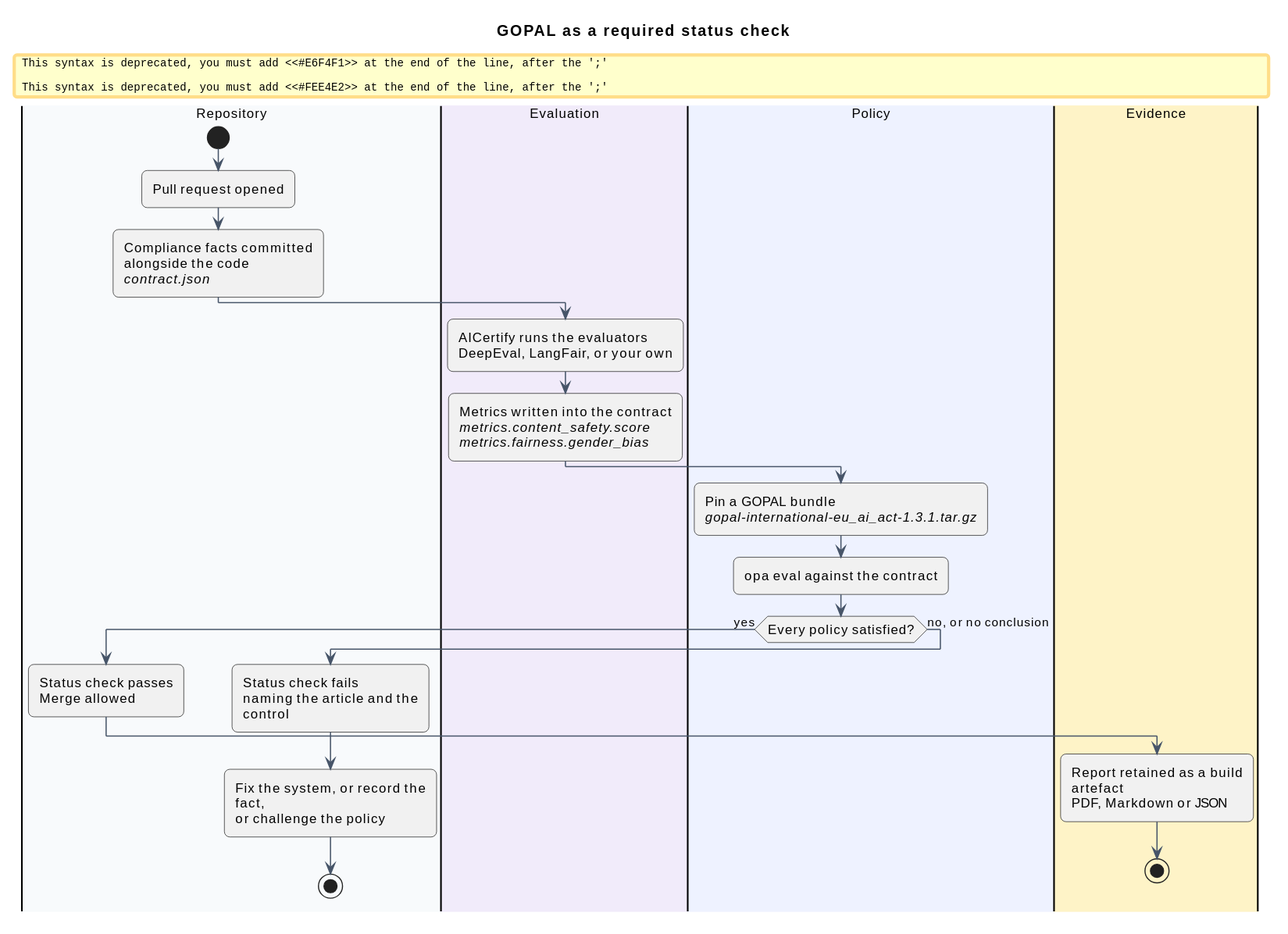
Above: docs/diagrams/usage2_ci_loop.svg in Principled-Evolution/gopal (PlantUML), before the change.
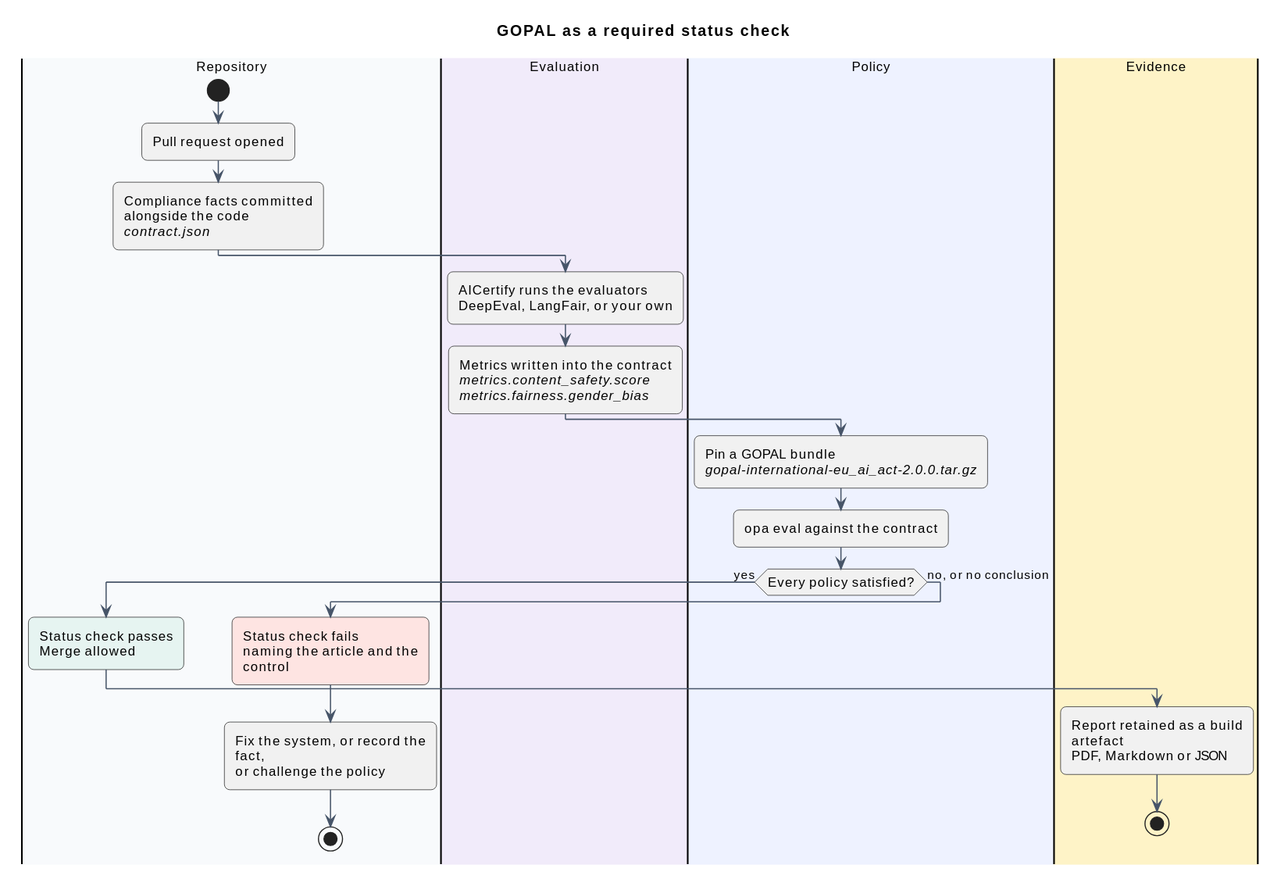
Above is the later version.

Change to the diagram source:
```diff
@@ -14,18 +14,18 @@
 :Metrics written into the contract\n//metrics.content_safety.score//\n//metrics.fairness.gender_bias//;
 
 |#EEF2FF|Policy|
-:Pin a GOPAL bundle\n//gopal-international-eu_ai_act-1.3.1.tar.gz//;
+:Pin a GOPAL bundle\n//gopal-international-eu_ai_act-2.0.0.tar.gz//;
 :opa eval against the contract;
 
 if (Every policy satisfied?) then (yes)
   |#F8FAFC|Repository|
-  #E6F4F1:Status check passes\nMerge allowed;
+  :Status check passes\nMerge allowed; <<#E6F4F1>>
   |#FEF3C7|Evidence|
   :Report retained as a build artefact\nPDF, Markdown or JSON;
   stop
 else (no, or no conclusion)
   |#F8FAFC|Repository|
-  #FEE4E2:Status check fails\nnaming the article and the control;
+  :Status check fails\nnaming the article and the control; <<#FEE4E2>>
   :Fix the system, or record the fact,\nor challenge the policy;
   stop
 endif
```
